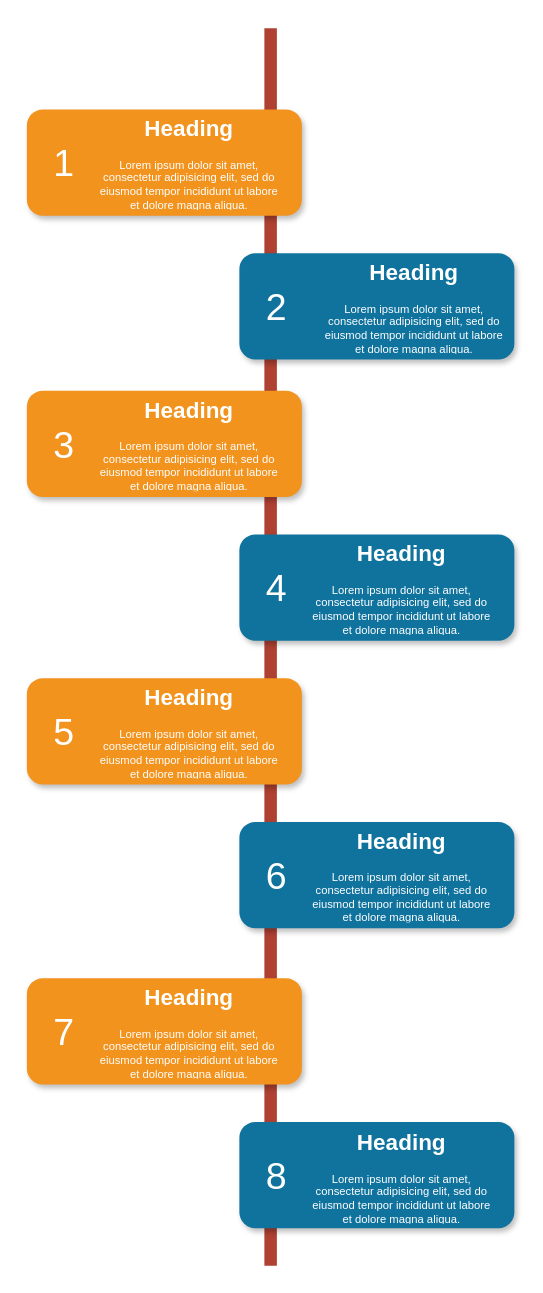
Scicommunity/TestRepo keeps this draw.io diagram as Диаграмма без названия.drawio. Above is the earlier version. Source tidied: cells renumbered, new cells numbered last; positions are measured from the earlier drawing's top-left corner, leaving out a move shared by most shapes. Both pictures are drawn from the tidied source at 125%, with x=0, y=0 at pixel (26, 28).
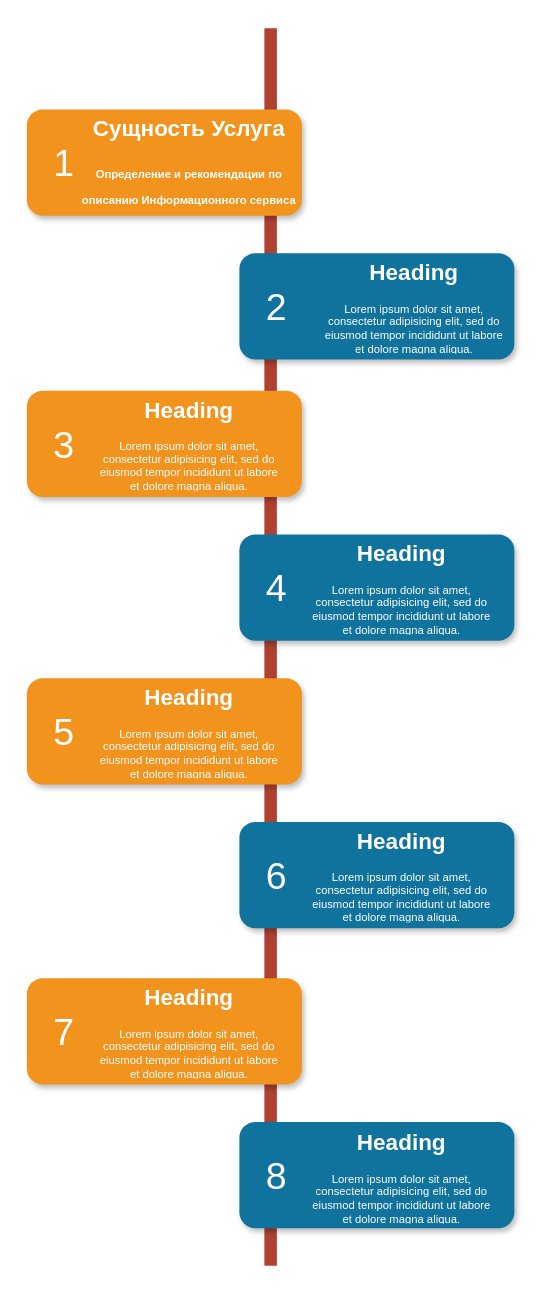
The same diagram, later.

The edit, as a diff of the source:
```diff
@@
-    <mxCell id="19" value="&lt;h1&gt;Heading&lt;/h1&gt;&lt;p&gt;Lorem ipsum dolor sit amet, consectetur adipisicing elit, sed do eiusmod tempor incididunt ut labore et dolore magna aliqua.&lt;/p&gt;" style="text;html=1;spacing=5;spacingTop=-20;whiteSpace=wrap;overflow=hidden;strokeColor=none;strokeWidth=4;fillColor=none;gradientColor=#007FFF;fontSize=9;fontColor=#FFFFFF;align=center;" parent="1" vertex="1">
-      <mxGeometry x="50" y="69" width="160" height="77" as="geometry" />
+    <mxCell id="19" value="&lt;h1&gt;Сущность Услуга&lt;/h1&gt;&lt;h1 style=&quot;line-height: 100%;&quot;&gt;&lt;font style=&quot;font-size: 9px;&quot;&gt;Определение и рекомендации по описанию Информационного сервиса&lt;/font&gt;&lt;/h1&gt;" style="text;html=1;spacing=5;spacingTop=-20;whiteSpace=wrap;overflow=hidden;strokeColor=none;strokeWidth=4;fillColor=none;gradientColor=#007FFF;fontSize=9;fontColor=#FFFFFF;align=center;" parent="1" vertex="1">
+      <mxGeometry x="40" y="69" width="180" height="77" as="geometry" />
     </mxCell>
```
